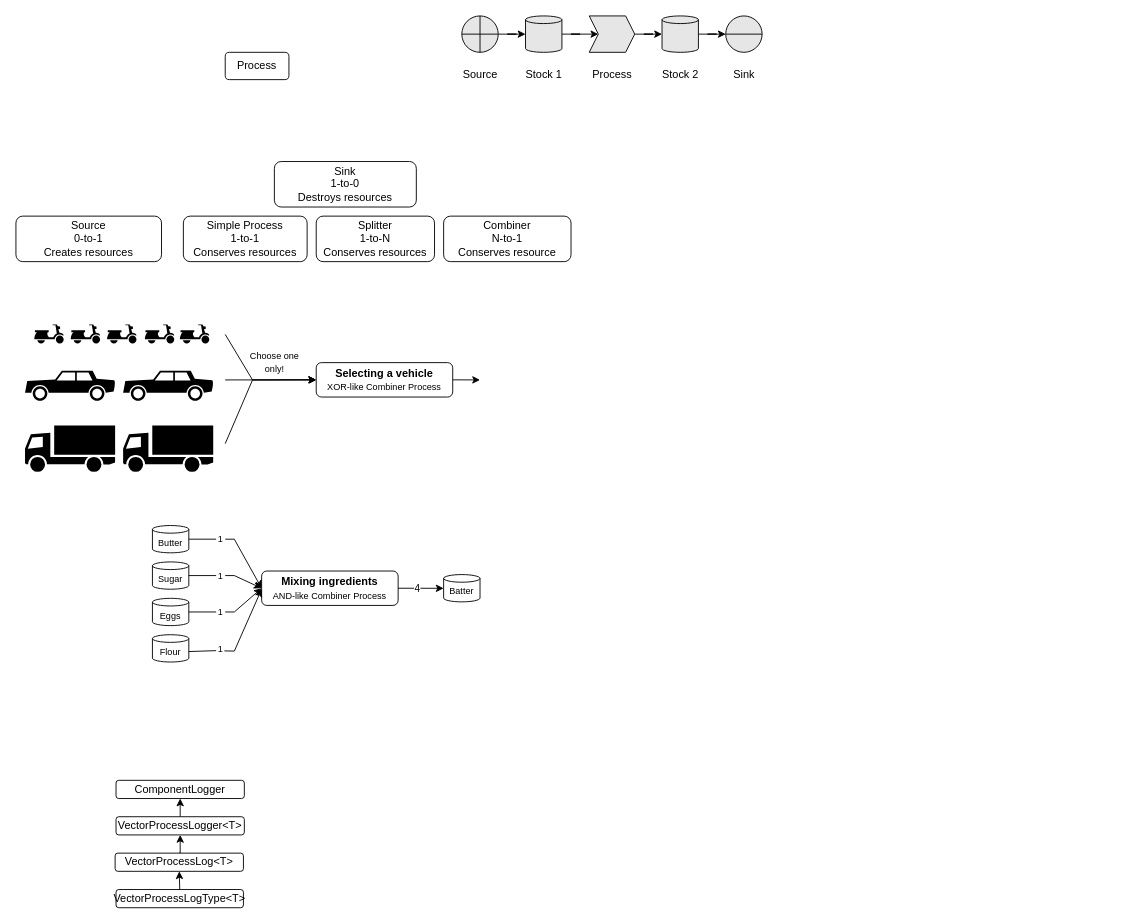
Earlier version of the draw.io diagram src/images/Splitters and Combiners.drawio (jajetloh/quokkasim-book). Source tidied: cells renumbered, new cells numbered last; positions are measured from the earlier drawing's top-left corner, leaving out a move shared by most shapes. Both pictures are drawn from the tidied source at 91%, with x=0, y=0 at pixel (15, 15).
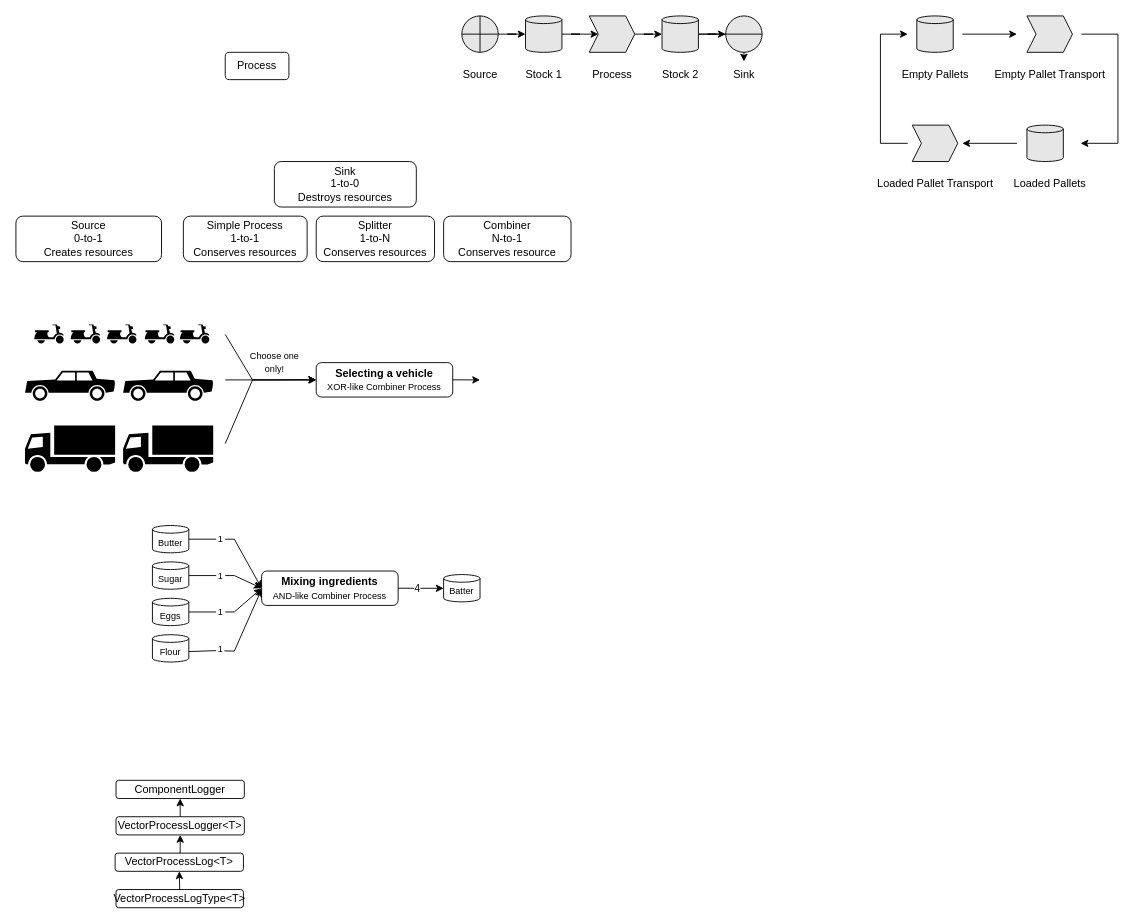
After the change.

The change refers to these unchanged cells:
```xml
<mxCell id="56" style="shape=cylinder3;whiteSpace=wrap;html=1;boundedLbl=1;backgroundOutline=1;size=4.199999999999932;fillColor=#E6E6E6;" parent="1" vertex="1">
  <mxGeometry x="710" width="40" height="40" as="geometry" />
</mxCell>
<mxCell id="63" value="Sink" style="text;html=1;align=center;verticalAlign=middle;points=[];strokeColor=none;fillColor=none;" parent="1" vertex="1">
  <mxGeometry x="775" y="50" width="50" height="30" as="geometry" />
</mxCell>
```

Change to the diagram source:
```diff
@@
+    <mxCell id="65" style="edgeStyle=orthogonalEdgeStyle;rounded=0;jettySize=auto;html=1;" parent="1" edge="1" source="56" target="63">
+      <mxGeometry relative="1" as="geometry" />
+    </mxCell>
@@
+    <mxCell id="66" style="shape=cylinder3;whiteSpace=wrap;html=1;boundedLbl=1;backgroundOutline=1;size=4.199999999999932;fillColor=#E6E6E6;" parent="1" vertex="1">
+      <mxGeometry x="990" width="40" height="40" as="geometry" />
+    </mxCell>
+    <mxCell id="67" value="Empty Pallets" style="text;html=1;align=center;verticalAlign=middle;strokeColor=none;fillColor=none;" parent="1" vertex="1">
+      <mxGeometry x="960" y="50" width="100" height="30" as="geometry" />
+    </mxCell>
+    <mxCell id="68" style="shape=step;perimeter=stepPerimeter;whiteSpace=wrap;html=1;fixedSize=1;size=10;fillColor=#E6E6E6;" parent="1" vertex="1">
+      <mxGeometry x="1111" width="50" height="40" as="geometry" />
+    </mxCell>
+    <mxCell id="69" value="Empty Pallet Transport" style="text;html=1;align=center;verticalAlign=middle;strokeColor=none;fillColor=none;" parent="1" vertex="1">
+      <mxGeometry x="1066" y="50" width="140" height="30" as="geometry" />
+    </mxCell>
+    <mxCell id="70" style="shape=cylinder3;whiteSpace=wrap;html=1;boundedLbl=1;backgroundOutline=1;size=4.199999999999932;fillColor=#E6E6E6;" parent="1" vertex="1">
+      <mxGeometry x="1111" y="120" width="40" height="40" as="geometry" />
+    </mxCell>
+    <mxCell id="71" value="Loaded Pallets" style="text;html=1;align=center;verticalAlign=middle;strokeColor=none;fillColor=none;" parent="1" vertex="1">
+      <mxGeometry x="1086" y="170" width="100" height="30" as="geometry" />
+    </mxCell>
+    <mxCell id="72" style="shape=step;perimeter=stepPerimeter;whiteSpace=wrap;html=1;fixedSize=1;size=10;fillColor=#E6E6E6;" parent="1" vertex="1">
+      <mxGeometry x="985" y="120" width="50" height="40" as="geometry" />
+    </mxCell>
+    <mxCell id="73" value="Loaded Pallet Transport" style="text;html=1;align=center;verticalAlign=middle;strokeColor=none;fillColor=none;" parent="1" vertex="1">
+      <mxGeometry x="935" y="170" width="150" height="30" as="geometry" />
+    </mxCell>
+    <mxCell id="74" style="edgeStyle=orthogonalEdgeStyle;rounded=0;orthogonalLoop=1;jettySize=auto;html=1;" parent="1" edge="1">
+      <mxGeometry relative="1" as="geometry">
+        <mxPoint x="980" y="140" as="sourcePoint" />
+        <mxPoint x="980" y="20" as="targetPoint" />
+        <Array as="points">
+          <mxPoint x="950" y="140" />
+          <mxPoint x="950" y="20" />
+        </Array>
+      </mxGeometry>
+    </mxCell>
+    <mxCell id="75" style="edgeStyle=orthogonalEdgeStyle;rounded=0;orthogonalLoop=1;jettySize=auto;html=1;" parent="1" edge="1">
+      <mxGeometry relative="1" as="geometry">
+        <mxPoint x="1171" y="20" as="sourcePoint" />
+        <mxPoint x="1170" y="140" as="targetPoint" />
+        <Array as="points">
+          <mxPoint x="1211" y="20" />
+          <mxPoint x="1211" y="140" />
+        </Array>
+      </mxGeometry>
+    </mxCell>
+    <mxCell id="76" style="edgeStyle=orthogonalEdgeStyle;rounded=0;orthogonalLoop=1;jettySize=auto;html=1;" parent="1" edge="1">
+      <mxGeometry relative="1" as="geometry">
+        <mxPoint x="1040" y="20" as="sourcePoint" />
+        <mxPoint x="1100" y="20" as="targetPoint" />
+      </mxGeometry>
+    </mxCell>
+    <mxCell id="77" style="edgeStyle=orthogonalEdgeStyle;rounded=0;orthogonalLoop=1;jettySize=auto;html=1;" parent="1" edge="1">
+      <mxGeometry relative="1" as="geometry">
+        <mxPoint x="1100" y="140" as="sourcePoint" />
+        <mxPoint x="1040" y="140" as="targetPoint" />
+      </mxGeometry>
+    </mxCell>
```
